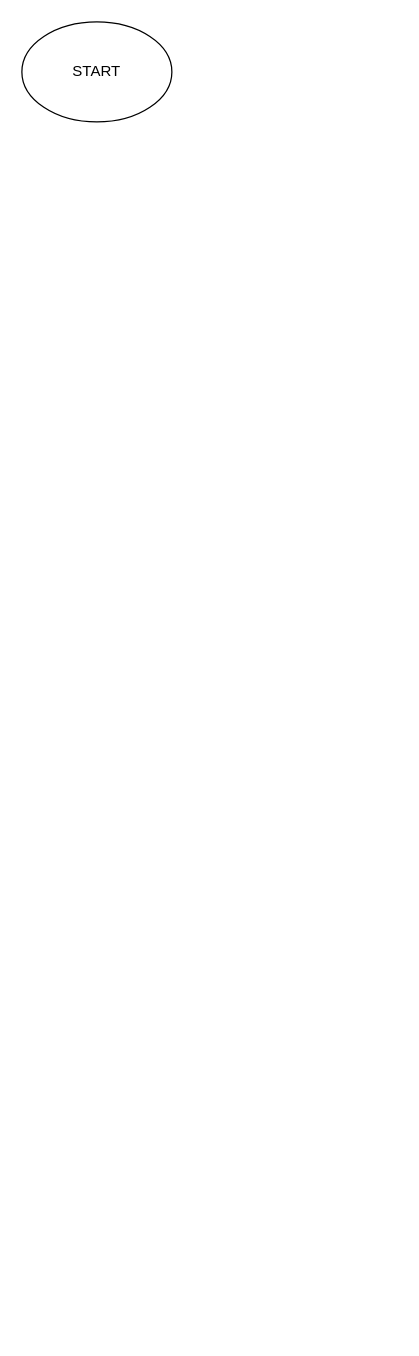
Above: flowchart.drawio in Raflisnda/Nur_Rafli-Application_Order_Food_Online (draw.io), before the change. Source tidied: cells renumbered, new cells numbered last; positions are measured from the earlier drawing's top-left corner, leaving out a move shared by most shapes. Both pictures are drawn from the tidied source at 125%, with x=0, y=0 at pixel (21, 21).
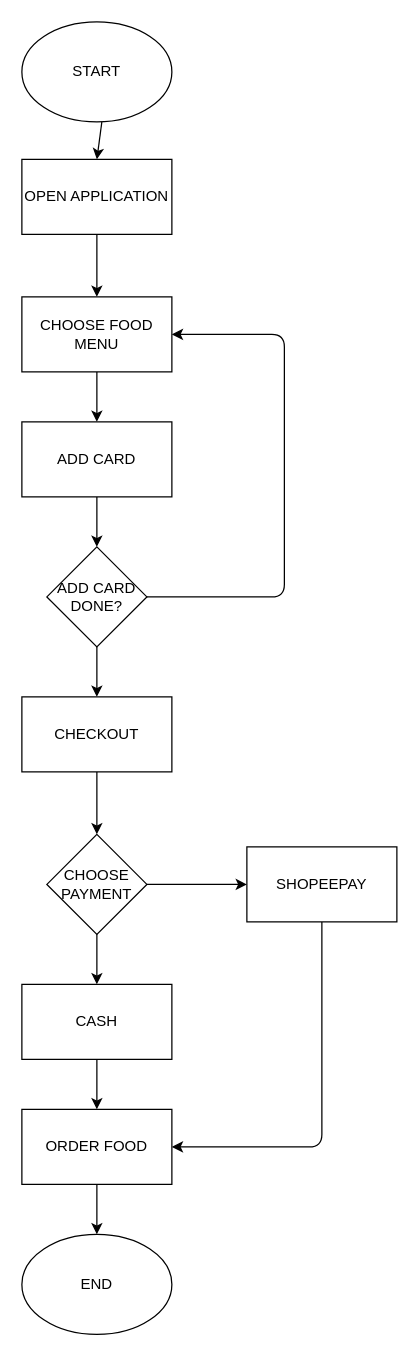
Above is the later version.

Commit message:
pembuatan flowchart selesai

Unchanged cells that the change refers to:
```xml
<mxCell id="2" value="START" style="ellipse;whiteSpace=wrap;html=1;" parent="1" vertex="1">
  <mxGeometry width="120" height="80" as="geometry" />
</mxCell>
```

Diff of the diagram source:
```diff
@@
+    <mxCell id="3" style="edgeStyle=none;html=1;entryX=0.5;entryY=0;entryDx=0;entryDy=0;" parent="1" edge="1" source="2" target="5">
+      <mxGeometry relative="1" as="geometry" />
+    </mxCell>
@@
+    <mxCell id="4" style="edgeStyle=none;html=1;entryX=0.5;entryY=0;entryDx=0;entryDy=0;" parent="1" edge="1" source="5" target="7">
+      <mxGeometry relative="1" as="geometry" />
+    </mxCell>
+    <mxCell id="5" value="OPEN APPLICATION" style="rounded=0;whiteSpace=wrap;html=1;" parent="1" vertex="1">
+      <mxGeometry y="110" width="120" height="60" as="geometry" />
+    </mxCell>
+    <mxCell id="6" style="edgeStyle=none;html=1;entryX=0.5;entryY=0;entryDx=0;entryDy=0;" parent="1" edge="1" source="7" target="9">
+      <mxGeometry relative="1" as="geometry" />
+    </mxCell>
+    <mxCell id="7" value="CHOOSE FOOD MENU" style="rounded=0;whiteSpace=wrap;html=1;" parent="1" vertex="1">
+      <mxGeometry y="220" width="120" height="60" as="geometry" />
+    </mxCell>
+    <mxCell id="8" style="edgeStyle=none;html=1;entryX=0.5;entryY=0;entryDx=0;entryDy=0;" parent="1" edge="1" source="9" target="12">
+      <mxGeometry relative="1" as="geometry" />
+    </mxCell>
+    <mxCell id="9" value="ADD CARD" style="rounded=0;whiteSpace=wrap;html=1;" parent="1" vertex="1">
+      <mxGeometry y="320" width="120" height="60" as="geometry" />
+    </mxCell>
+    <mxCell id="10" style="edgeStyle=none;html=1;entryX=1;entryY=0.5;entryDx=0;entryDy=0;" parent="1" edge="1" source="12" target="7">
+      <mxGeometry relative="1" as="geometry">
+        <Array as="points">
+          <mxPoint x="210" y="460" />
+          <mxPoint x="210" y="250" />
+        </Array>
+      </mxGeometry>
+    </mxCell>
+    <mxCell id="11" style="edgeStyle=none;html=1;" parent="1" edge="1" source="12" target="14">
+      <mxGeometry relative="1" as="geometry" />
+    </mxCell>
+    <mxCell id="12" value="ADD CARD DONE?" style="rhombus;whiteSpace=wrap;html=1;" parent="1" vertex="1">
+      <mxGeometry x="20" y="420" width="80" height="80" as="geometry" />
+    </mxCell>
+    <mxCell id="13" style="edgeStyle=none;html=1;" parent="1" edge="1" source="14" target="24">
+      <mxGeometry relative="1" as="geometry" />
+    </mxCell>
+    <mxCell id="14" value="CHECKOUT" style="rounded=0;whiteSpace=wrap;html=1;" parent="1" vertex="1">
+      <mxGeometry y="540" width="120" height="60" as="geometry" />
+    </mxCell>
+    <mxCell id="15" style="edgeStyle=none;html=1;entryX=0.5;entryY=0;entryDx=0;entryDy=0;" parent="1" edge="1" target="19">
+      <mxGeometry relative="1" as="geometry">
+        <mxPoint x="60" y="720" as="sourcePoint" />
+      </mxGeometry>
+    </mxCell>
+    <mxCell id="16" style="edgeStyle=none;html=1;entryX=1;entryY=0.5;entryDx=0;entryDy=0;" parent="1" edge="1" source="17" target="21">
+      <mxGeometry relative="1" as="geometry">
+        <Array as="points">
+          <mxPoint x="240" y="900" />
+        </Array>
+      </mxGeometry>
+    </mxCell>
+    <mxCell id="17" value="SHOPEEPAY" style="rounded=0;whiteSpace=wrap;html=1;" parent="1" vertex="1">
+      <mxGeometry x="180" y="660" width="120" height="60" as="geometry" />
+    </mxCell>
+    <mxCell id="18" style="edgeStyle=none;html=1;" parent="1" edge="1" source="19" target="21">
+      <mxGeometry relative="1" as="geometry" />
+    </mxCell>
+    <mxCell id="19" value="CASH" style="rounded=0;whiteSpace=wrap;html=1;" parent="1" vertex="1">
+      <mxGeometry y="770" width="120" height="60" as="geometry" />
+    </mxCell>
+    <mxCell id="20" style="edgeStyle=none;html=1;" parent="1" edge="1" source="21" target="22">
+      <mxGeometry relative="1" as="geometry" />
+    </mxCell>
+    <mxCell id="21" value="ORDER FOOD" style="rounded=0;whiteSpace=wrap;html=1;" parent="1" vertex="1">
+      <mxGeometry y="870" width="120" height="60" as="geometry" />
+    </mxCell>
+    <mxCell id="22" value="END" style="ellipse;whiteSpace=wrap;html=1;" parent="1" vertex="1">
+      <mxGeometry y="970" width="120" height="80" as="geometry" />
+    </mxCell>
+    <mxCell id="23" style="edgeStyle=none;html=1;" parent="1" edge="1" source="24" target="17">
+      <mxGeometry relative="1" as="geometry" />
+    </mxCell>
+    <mxCell id="24" value="CHOOSE PAYMENT" style="rhombus;whiteSpace=wrap;html=1;" parent="1" vertex="1">
+      <mxGeometry x="20" y="650" width="80" height="80" as="geometry" />
+    </mxCell>
```
